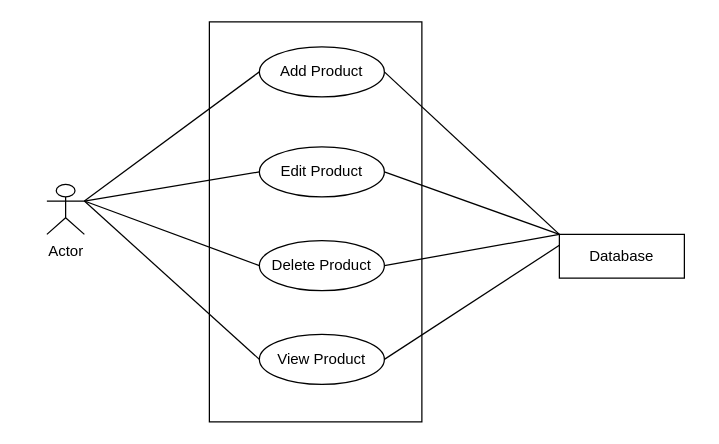
Before: Software-Requirement-Specification/Use-Case-Diagrams/Level-1.3.drawio in fiercePanda007/SPL2-EcommerceWebApp, a draw.io diagram. Source tidied: cells renumbered, new cells numbered last; positions are measured from the earlier drawing's top-left corner, leaving out a move shared by most shapes. Both pictures are drawn from the tidied source at 125%, with x=0, y=0 at pixel (46, 21).
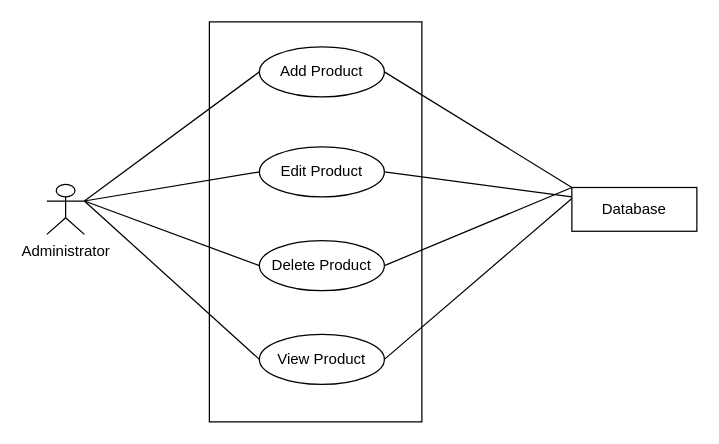
The same page after the edit.

The change refers to these unchanged cells:
```xml
<mxCell id="4" value="Add Product" style="ellipse;whiteSpace=wrap;html=1;" parent="1" vertex="1">
  <mxGeometry x="170" y="20" width="100" height="40" as="geometry" />
</mxCell>
<mxCell id="6" value="View Product" style="ellipse;whiteSpace=wrap;html=1;" parent="1" vertex="1">
  <mxGeometry x="170" y="250" width="100" height="40" as="geometry" />
</mxCell>
<mxCell id="8" value="Delete Product" style="ellipse;whiteSpace=wrap;html=1;" parent="1" vertex="1">
  <mxGeometry x="170" y="175" width="100" height="40" as="geometry" />
</mxCell>
<mxCell id="10" value="Edit Product" style="ellipse;whiteSpace=wrap;html=1;" parent="1" vertex="1">
  <mxGeometry x="170" y="100" width="100" height="40" as="geometry" />
</mxCell>
```

The edit, as a diff of the source:
```diff
@@
     <mxCell id="9" style="edgeStyle=none;html=1;exitX=1;exitY=0.5;exitDx=0;exitDy=0;endArrow=none;endFill=0;" parent="1" edge="1" source="10">
       <mxGeometry relative="1" as="geometry">
-        <mxPoint x="410" y="170" as="targetPoint" />
+        <mxPoint x="420" y="140" as="targetPoint" />
       </mxGeometry>
     </mxCell>
@@
-    <mxCell id="11" style="edgeStyle=none;html=1;exitX=1;exitY=0.3333333333333333;exitDx=0;exitDy=0;exitPerimeter=0;entryX=0;entryY=0.5;entryDx=0;entryDy=0;endArrow=none;endFill=0;" parent="1" edge="1" source="15" target="4">
-      <mxGeometry relative="1" as="geometry" />
+    <mxCell id="11" style="edgeStyle=none;html=1;exitX=1;exitY=0.3333333333333333;exitDx=0;exitDy=0;exitPerimeter=0;entryX=0;entryY=0.5;entryDx=0;entryDy=0;endArrow=none;endFill=0;" parent="1" edge="1" target="4">
+      <mxGeometry relative="1" as="geometry">
+        <mxPoint x="30" y="143.3" as="sourcePoint" />
+      </mxGeometry>
     </mxCell>
-    <mxCell id="12" style="edgeStyle=none;html=1;exitX=1;exitY=0.3333333333333333;exitDx=0;exitDy=0;exitPerimeter=0;entryX=0;entryY=0.5;entryDx=0;entryDy=0;endArrow=none;endFill=0;" parent="1" edge="1" source="15" target="10">
-      <mxGeometry relative="1" as="geometry" />
+    <mxCell id="12" style="edgeStyle=none;html=1;exitX=1;exitY=0.3333333333333333;exitDx=0;exitDy=0;exitPerimeter=0;entryX=0;entryY=0.5;entryDx=0;entryDy=0;endArrow=none;endFill=0;" parent="1" edge="1" target="10">
+      <mxGeometry relative="1" as="geometry">
+        <mxPoint x="30" y="143.3" as="sourcePoint" />
+      </mxGeometry>
     </mxCell>
-    <mxCell id="13" style="edgeStyle=none;html=1;exitX=1;exitY=0.3333333333333333;exitDx=0;exitDy=0;exitPerimeter=0;entryX=0;entryY=0.5;entryDx=0;entryDy=0;endArrow=none;endFill=0;" parent="1" edge="1" source="15" target="8">
-      <mxGeometry relative="1" as="geometry" />
+    <mxCell id="13" style="edgeStyle=none;html=1;exitX=1;exitY=0.3333333333333333;exitDx=0;exitDy=0;exitPerimeter=0;entryX=0;entryY=0.5;entryDx=0;entryDy=0;endArrow=none;endFill=0;" parent="1" edge="1" target="8">
+      <mxGeometry relative="1" as="geometry">
+        <mxPoint x="30" y="143.3" as="sourcePoint" />
+      </mxGeometry>
     </mxCell>
-    <mxCell id="14" style="edgeStyle=none;html=1;exitX=1;exitY=0.3333333333333333;exitDx=0;exitDy=0;exitPerimeter=0;entryX=0;entryY=0.5;entryDx=0;entryDy=0;endArrow=none;endFill=0;" parent="1" edge="1" source="15" target="6">
-      <mxGeometry relative="1" as="geometry" />
+    <mxCell id="14" style="edgeStyle=none;html=1;exitX=1;exitY=0.3333333333333333;exitDx=0;exitDy=0;exitPerimeter=0;entryX=0;entryY=0.5;entryDx=0;entryDy=0;endArrow=none;endFill=0;" parent="1" edge="1" target="6">
+      <mxGeometry relative="1" as="geometry">
+        <mxPoint x="30" y="143.3" as="sourcePoint" />
+      </mxGeometry>
     </mxCell>
-    <mxCell id="15" value="Actor" style="shape=umlActor;verticalLabelPosition=bottom;verticalAlign=top;html=1;outlineConnect=0;" parent="1" vertex="1">
-      <mxGeometry y="130" width="30" height="40" as="geometry" />
-    </mxCell>
     <mxCell id="16" value="Database" style="rounded=0;whiteSpace=wrap;html=1;" parent="1" vertex="1">
-      <mxGeometry x="410" y="170" width="100" height="35" as="geometry" />
+      <mxGeometry x="420" y="132.5" width="100" height="35" as="geometry" />
     </mxCell>
+    <mxCell id="17" value="Administrator" style="shape=umlActor;verticalLabelPosition=bottom;verticalAlign=top;html=1;" parent="1" vertex="1">
+      <mxGeometry y="130" width="30" height="40" as="geometry" />
+    </mxCell>
```
